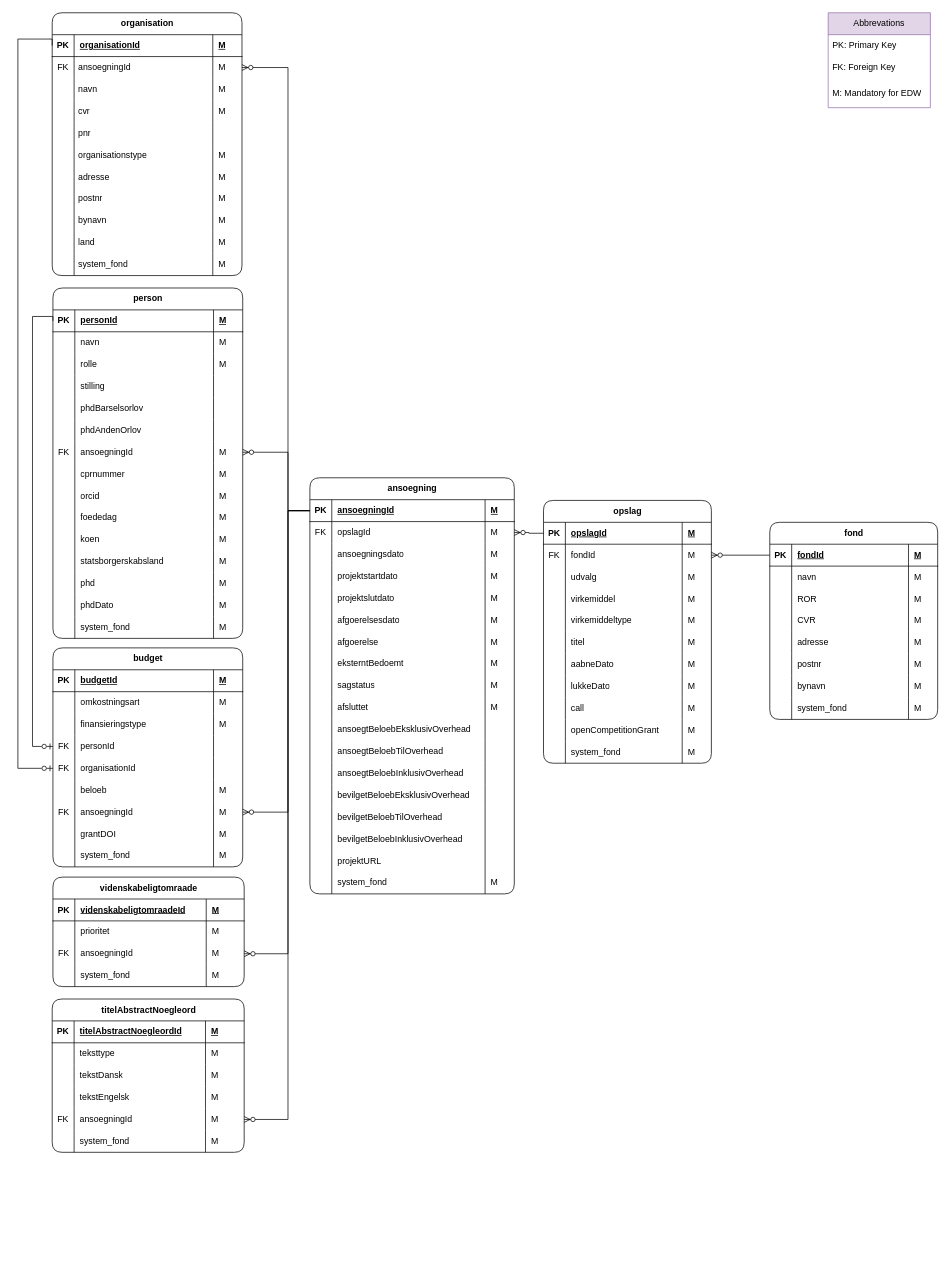
This is page "Ny EDW" (4 of 5) of Grants model.drawio from thomas-lange-dk/Grants, a draw.io file, before an edit. Source tidied: cells renumbered, new cells numbered last; positions are measured from the earlier drawing's top-left corner, leaving out a move shared by most shapes. Both pictures are drawn from the tidied source at 73%, with x=0, y=0 at pixel (18, 12).
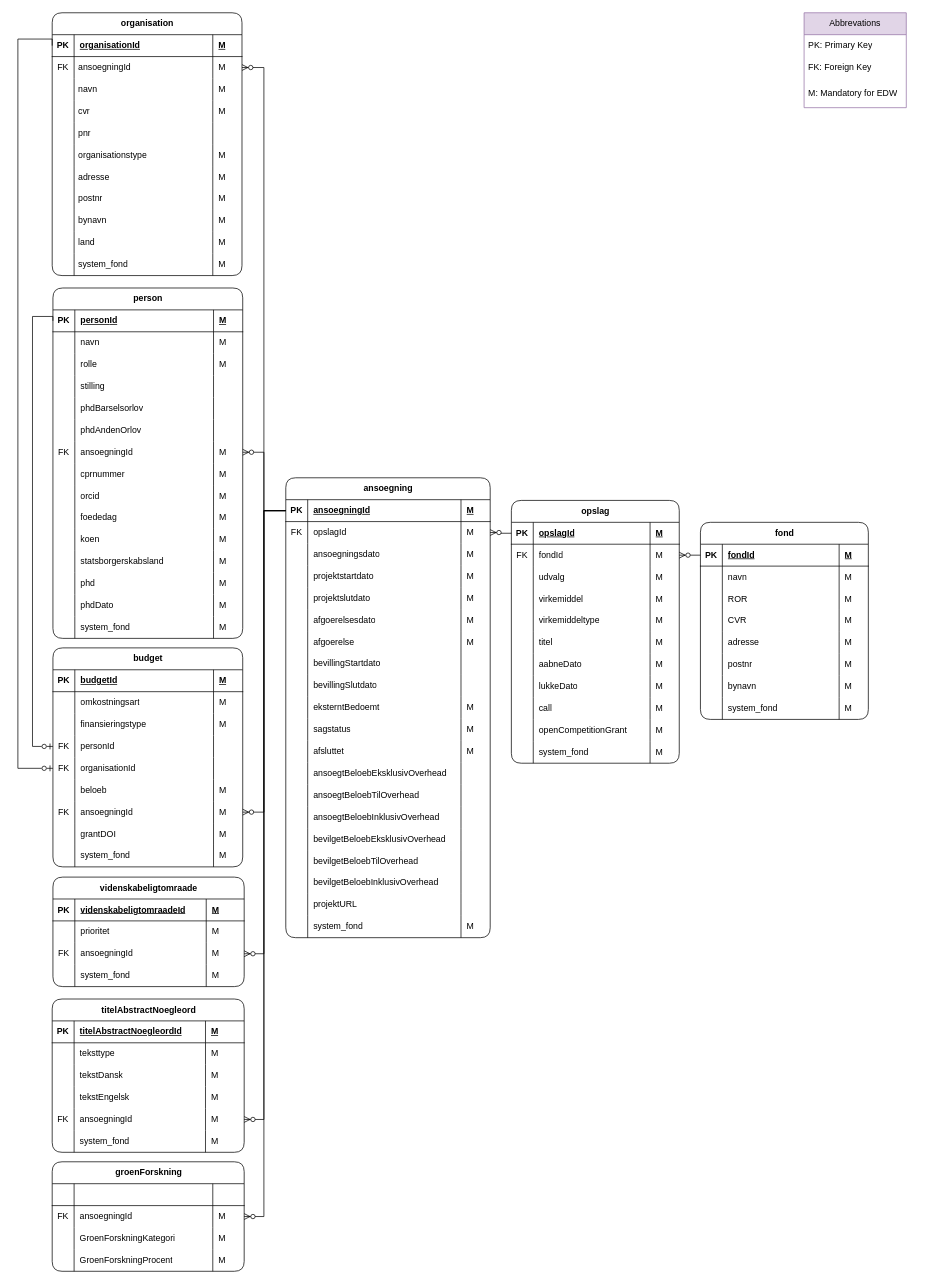
The same page after the edit.

Unchanged cells that the change refers to:
```xml
<mxCell id="10" value="M" style="shape=partialRectangle;fillColor=none;top=0;left=0;bottom=0;right=0;align=left;spacingLeft=6;overflow=hidden;whiteSpace=wrap;html=1;shadow=0;spacingBottom=0;spacingTop=0;" parent="7" vertex="1">
  <mxGeometry x="220" width="40" height="30" as="geometry" />
</mxCell>
<mxCell id="67" value="M" style="shape=partialRectangle;fillColor=none;top=0;left=0;bottom=0;right=0;align=left;spacingLeft=6;overflow=hidden;whiteSpace=wrap;html=1;shadow=0;" parent="64" vertex="1">
  <mxGeometry x="210" width="53" height="30" as="geometry" />
</mxCell>
<mxCell id="84" value="M" style="shape=partialRectangle;fillColor=none;top=0;left=0;bottom=0;right=0;align=left;spacingLeft=6;overflow=hidden;whiteSpace=wrap;html=1;shadow=0;" parent="81" vertex="1">
  <mxGeometry x="210" width="52" height="30" as="geometry" />
</mxCell>
<mxCell id="140" style="shape=tableRow;horizontal=0;startSize=0;swimlaneHead=0;swimlaneBody=0;fillColor=none;points=[[0,0.5],[1,0.5]];portConstraint=eastwest;top=0;left=0;right=0;bottom=1;shadow=0;" parent="139" vertex="1">
  <mxGeometry y="30" width="280" height="30" as="geometry" />
</mxCell>
<mxCell id="141" value="PK" style="shape=partialRectangle;fillColor=none;top=0;left=0;bottom=0;right=0;fontStyle=1;overflow=hidden;whiteSpace=wrap;html=1;shadow=0;" parent="140" vertex="1">
  <mxGeometry width="30" height="30" as="geometry" />
</mxCell>
<mxCell id="240" value="M" style="shape=partialRectangle;fillColor=none;top=0;left=0;bottom=0;right=0;align=left;spacingLeft=6;overflow=hidden;whiteSpace=wrap;html=1;shadow=0;" parent="237" vertex="1">
  <mxGeometry x="220" width="40" height="30" as="geometry" />
</mxCell>
<mxCell id="301" value="M" style="shape=partialRectangle;fillColor=none;top=0;left=0;bottom=0;right=0;align=left;spacingLeft=6;overflow=hidden;whiteSpace=wrap;html=1;shadow=0;" parent="298" vertex="1">
  <mxGeometry x="220" width="40" height="30" as="geometry" />
</mxCell>
```

Change to the diagram source:
```diff
@@
     <mxCell id="89" value="opslag" style="shape=table;startSize=30;childLayout=tableLayout;rowLines=0;fontStyle=1;align=center;html=1;shadow=0;rounded=1;" parent="1" vertex="1">
-      <mxGeometry x="720" y="668" width="230" height="360" as="geometry" />
+      <mxGeometry x="676" y="668" width="230" height="360" as="geometry" />
     </mxCell>
@@
     <mxCell id="134" style="edgeStyle=orthogonalEdgeStyle;fontSize=12;html=1;endArrow=ERzeroToMany;endFill=1;rounded=0;shadow=0;entryX=1;entryY=0.5;entryDx=0;entryDy=0;" parent="1" edge="1" source="140" target="84">
       <mxGeometry relative="1" as="geometry">
         <Array as="points">
-          <mxPoint x="370" y="682" />
-          <mxPoint x="370" y="1289" />
+          <mxPoint x="337" y="682" />
+          <mxPoint x="337" y="1289" />
         </Array>
       </mxGeometry>
     </mxCell>
     <mxCell id="135" value="Abbrevations" style="swimlane;fontStyle=0;horizontal=1;startSize=30;whiteSpace=wrap;html=1;fillColor=#e1d5e7;strokeColor=#9673a6;" parent="1" vertex="1">
-      <mxGeometry x="1110" width="140" height="130" as="geometry" />
+      <mxGeometry x="1077" width="140" height="130" as="geometry" />
     </mxCell>
@@
     <mxCell id="139" value="ansoegning" style="shape=table;startSize=30;childLayout=tableLayout;rowLines=0;fontStyle=1;align=center;html=1;swimlaneLine=1;shadow=0;rounded=1;swimlaneFillColor=none;" parent="1" vertex="1">
-      <mxGeometry x="400" y="637" width="280" height="570" as="geometry" />
+      <mxGeometry x="367" y="637" width="280" height="630" as="geometry" />
     </mxCell>
@@
+    <mxCell id="351" style="shape=tableRow;horizontal=0;startSize=0;swimlaneHead=0;swimlaneBody=0;fillColor=none;top=0;left=0;right=0;bottom=0;shadow=0;" parent="139" vertex="1">
+      <mxGeometry y="240" width="280" height="30" as="geometry" />
+    </mxCell>
+    <mxCell id="352" style="shape=partialRectangle;fillColor=none;top=0;left=0;bottom=0;right=0;overflow=hidden;whiteSpace=wrap;html=1;shadow=0;" parent="351" vertex="1">
+      <mxGeometry width="30" height="30" as="geometry" />
+    </mxCell>
+    <mxCell id="353" value="bevillingStartdato" style="shape=partialRectangle;fillColor=none;top=0;left=0;bottom=0;right=0;align=left;spacingLeft=6;overflow=hidden;whiteSpace=wrap;html=1;shadow=0;" parent="351" vertex="1">
+      <mxGeometry x="30" width="210" height="30" as="geometry" />
+    </mxCell>
+    <mxCell id="354" style="shape=partialRectangle;fillColor=none;top=0;left=0;bottom=0;right=0;align=left;spacingLeft=6;overflow=hidden;whiteSpace=wrap;html=1;shadow=0;" parent="351" vertex="1">
+      <mxGeometry x="240" width="40" height="30" as="geometry" />
+    </mxCell>
+    <mxCell id="355" style="shape=tableRow;horizontal=0;startSize=0;swimlaneHead=0;swimlaneBody=0;fillColor=none;top=0;left=0;right=0;bottom=0;shadow=0;" parent="139" vertex="1">
+      <mxGeometry y="270" width="280" height="30" as="geometry" />
+    </mxCell>
+    <mxCell id="356" style="shape=partialRectangle;fillColor=none;top=0;left=0;bottom=0;right=0;overflow=hidden;whiteSpace=wrap;html=1;shadow=0;" parent="355" vertex="1">
+      <mxGeometry width="30" height="30" as="geometry" />
+    </mxCell>
+    <mxCell id="357" value="bevillingSlutdato" style="shape=partialRectangle;fillColor=none;top=0;left=0;bottom=0;right=0;align=left;spacingLeft=6;overflow=hidden;whiteSpace=wrap;html=1;shadow=0;" parent="355" vertex="1">
+      <mxGeometry x="30" width="210" height="30" as="geometry" />
+    </mxCell>
+    <mxCell id="358" style="shape=partialRectangle;fillColor=none;top=0;left=0;bottom=0;right=0;align=left;spacingLeft=6;overflow=hidden;whiteSpace=wrap;html=1;shadow=0;" parent="355" vertex="1">
+      <mxGeometry x="240" width="40" height="30" as="geometry" />
+    </mxCell>
     <mxCell id="168" style="shape=tableRow;horizontal=0;startSize=0;swimlaneHead=0;swimlaneBody=0;fillColor=none;top=0;left=0;right=0;bottom=0;shadow=0;" parent="139" vertex="1">
-      <mxGeometry y="240" width="280" height="30" as="geometry" />
+      <mxGeometry y="300" width="280" height="30" as="geometry" />
     </mxCell>
@@
     <mxCell id="172" style="shape=tableRow;horizontal=0;startSize=0;swimlaneHead=0;swimlaneBody=0;fillColor=none;top=0;left=0;right=0;bottom=0;shadow=0;" parent="139" vertex="1">
-      <mxGeometry y="270" width="280" height="30" as="geometry" />
+      <mxGeometry y="330" width="280" height="30" as="geometry" />
     </mxCell>
@@
     <mxCell id="176" style="shape=tableRow;horizontal=0;startSize=0;swimlaneHead=0;swimlaneBody=0;fillColor=none;top=0;left=0;right=0;bottom=0;shadow=0;" parent="139" vertex="1">
-      <mxGeometry y="300" width="280" height="30" as="geometry" />
+      <mxGeometry y="360" width="280" height="30" as="geometry" />
     </mxCell>
@@
     <mxCell id="180" style="shape=tableRow;horizontal=0;startSize=0;swimlaneHead=0;swimlaneBody=0;fillColor=none;top=0;left=0;right=0;bottom=0;shadow=0;" parent="139" vertex="1">
-      <mxGeometry y="330" width="280" height="30" as="geometry" />
+      <mxGeometry y="390" width="280" height="30" as="geometry" />
     </mxCell>
@@
     <mxCell id="184" style="shape=tableRow;horizontal=0;startSize=0;swimlaneHead=0;swimlaneBody=0;fillColor=none;top=0;left=0;right=0;bottom=0;shadow=0;" parent="139" vertex="1">
-      <mxGeometry y="360" width="280" height="30" as="geometry" />
+      <mxGeometry y="420" width="280" height="30" as="geometry" />
     </mxCell>
@@
     <mxCell id="188" style="shape=tableRow;horizontal=0;startSize=0;swimlaneHead=0;swimlaneBody=0;fillColor=none;top=0;left=0;right=0;bottom=0;shadow=0;" parent="139" vertex="1">
-      <mxGeometry y="390" width="280" height="30" as="geometry" />
+      <mxGeometry y="450" width="280" height="30" as="geometry" />
     </mxCell>
@@
     <mxCell id="192" style="shape=tableRow;horizontal=0;startSize=0;swimlaneHead=0;swimlaneBody=0;fillColor=none;top=0;left=0;right=0;bottom=0;shadow=0;" parent="139" vertex="1">
-      <mxGeometry y="420" width="280" height="30" as="geometry" />
+      <mxGeometry y="480" width="280" height="30" as="geometry" />
     </mxCell>
@@
     <mxCell id="196" style="shape=tableRow;horizontal=0;startSize=0;swimlaneHead=0;swimlaneBody=0;fillColor=none;top=0;left=0;right=0;bottom=0;shadow=0;" parent="139" vertex="1">
-      <mxGeometry y="450" width="280" height="30" as="geometry" />
+      <mxGeometry y="510" width="280" height="30" as="geometry" />
     </mxCell>
@@
     <mxCell id="200" style="shape=tableRow;horizontal=0;startSize=0;swimlaneHead=0;swimlaneBody=0;fillColor=none;top=0;left=0;right=0;bottom=0;shadow=0;" parent="139" vertex="1">
-      <mxGeometry y="480" width="280" height="30" as="geometry" />
+      <mxGeometry y="540" width="280" height="30" as="geometry" />
     </mxCell>
@@
     <mxCell id="204" style="shape=tableRow;horizontal=0;startSize=0;swimlaneHead=0;swimlaneBody=0;fillColor=none;top=0;left=0;right=0;bottom=0;shadow=0;" parent="139" vertex="1">
-      <mxGeometry y="510" width="280" height="30" as="geometry" />
+      <mxGeometry y="570" width="280" height="30" as="geometry" />
     </mxCell>
@@
     <mxCell id="208" style="shape=tableRow;horizontal=0;startSize=0;swimlaneHead=0;swimlaneBody=0;fillColor=none;top=0;left=0;right=0;bottom=0;shadow=0;" parent="139" vertex="1">
-      <mxGeometry y="540" width="280" height="30" as="geometry" />
+      <mxGeometry y="600" width="280" height="30" as="geometry" />
     </mxCell>
@@
     <mxCell id="310" value="fond" style="shape=table;startSize=30;childLayout=tableLayout;rowLines=0;fontStyle=1;align=center;html=1;shadow=0;rounded=1;" parent="1" vertex="1">
-      <mxGeometry x="1030" y="698" width="230" height="270" as="geometry" />
+      <mxGeometry x="935" y="698" width="230" height="270" as="geometry" />
     </mxCell>
@@
     <mxCell id="345" style="edgeStyle=orthogonalEdgeStyle;fontSize=12;html=1;endArrow=ERzeroToMany;endFill=1;rounded=0;shadow=0;exitX=0;exitY=0.5;exitDx=0;exitDy=0;entryX=1;entryY=0.5;entryDx=0;entryDy=0;" parent="1" edge="1" source="141" target="67">
       <mxGeometry relative="1" as="geometry">
         <Array as="points">
-          <mxPoint x="370" y="682" />
-          <mxPoint x="370" y="1516" />
+          <mxPoint x="337" y="682" />
+          <mxPoint x="337" y="1516" />
         </Array>
       </mxGeometry>
     </mxCell>
     <mxCell id="346" style="fontSize=12;html=1;endArrow=ERzeroToMany;endFill=1;rounded=0;shadow=0;edgeStyle=orthogonalEdgeStyle;entryX=1;entryY=0.5;entryDx=0;entryDy=0;exitX=0;exitY=0.5;exitDx=0;exitDy=0;" parent="1" edge="1" source="141" target="240">
       <mxGeometry relative="1" as="geometry">
         <Array as="points">
-          <mxPoint x="370" y="682" />
-          <mxPoint x="370" y="602" />
+          <mxPoint x="337" y="682" />
+          <mxPoint x="337" y="602" />
         </Array>
       </mxGeometry>
     </mxCell>
     <mxCell id="347" style="fontSize=12;html=1;endArrow=ERzeroToMany;endFill=1;rounded=0;shadow=0;edgeStyle=orthogonalEdgeStyle;exitX=0;exitY=0.5;exitDx=0;exitDy=0;entryX=1;entryY=0.5;entryDx=0;entryDy=0;" parent="1" edge="1" source="141" target="10">
       <mxGeometry relative="1" as="geometry">
         <Array as="points">
-          <mxPoint x="370" y="682" />
-          <mxPoint x="370" y="75" />
+          <mxPoint x="337" y="682" />
+          <mxPoint x="337" y="75" />
         </Array>
       </mxGeometry>
     </mxCell>
@@
     <mxCell id="349" style="edgeStyle=orthogonalEdgeStyle;fontSize=12;html=1;endArrow=ERzeroToMany;endFill=1;rounded=0;shadow=0;entryX=1;entryY=0.5;entryDx=0;entryDy=0;exitX=0;exitY=0.5;exitDx=0;exitDy=0;" parent="1" edge="1" source="141" target="301">
       <mxGeometry relative="1" as="geometry">
         <Array as="points">
-          <mxPoint x="370" y="682" />
-          <mxPoint x="370" y="1095" />
+          <mxPoint x="337" y="682" />
+          <mxPoint x="337" y="1095" />
         </Array>
       </mxGeometry>
     </mxCell>
@@
+    <mxCell id="359" value="groenForskning" style="shape=table;startSize=30;childLayout=tableLayout;rowLines=0;fontStyle=1;align=center;html=1;shadow=0;rounded=1;" parent="1" vertex="1">
+      <mxGeometry x="47" y="1574" width="263" height="150" as="geometry" />
+    </mxCell>
+    <mxCell id="360" style="shape=tableRow;horizontal=0;startSize=0;swimlaneHead=0;swimlaneBody=0;fillColor=none;top=0;left=0;right=0;bottom=1;shadow=0;" parent="359" vertex="1">
+      <mxGeometry y="30" width="263" height="30" as="geometry" />
+    </mxCell>
+    <mxCell id="361" style="shape=partialRectangle;fillColor=none;top=0;left=0;bottom=0;right=0;fontStyle=1;overflow=hidden;whiteSpace=wrap;html=1;shadow=0;" parent="360" vertex="1">
+      <mxGeometry width="30" height="30" as="geometry" />
+    </mxCell>
+    <mxCell id="362" style="shape=partialRectangle;fillColor=none;top=0;left=0;bottom=0;right=0;align=left;spacingLeft=6;fontStyle=5;overflow=hidden;whiteSpace=wrap;html=1;shadow=0;" parent="360" vertex="1">
+      <mxGeometry x="30" width="190" height="30" as="geometry" />
+    </mxCell>
+    <mxCell id="363" style="shape=partialRectangle;fillColor=none;top=0;left=0;bottom=0;right=0;align=left;spacingLeft=6;fontStyle=5;overflow=hidden;whiteSpace=wrap;html=1;shadow=0;" parent="360" vertex="1">
+      <mxGeometry x="220" width="43" height="30" as="geometry" />
+    </mxCell>
+    <mxCell id="364" style="shape=tableRow;horizontal=0;startSize=0;swimlaneHead=0;swimlaneBody=0;fillColor=none;points=[[0,0.5],[1,0.5]];portConstraint=eastwest;top=0;left=0;right=0;bottom=0;shadow=0;" parent="359" vertex="1">
+      <mxGeometry y="60" width="263" height="30" as="geometry" />
+    </mxCell>
+    <mxCell id="365" value="FK" style="shape=partialRectangle;fillColor=none;top=0;left=0;bottom=0;right=0;overflow=hidden;whiteSpace=wrap;html=1;shadow=0;" parent="364" vertex="1">
+      <mxGeometry width="30" height="30" as="geometry" />
+    </mxCell>
+    <mxCell id="366" value="ansoegningId" style="shape=partialRectangle;fillColor=none;top=0;left=0;bottom=0;right=0;align=left;spacingLeft=6;overflow=hidden;whiteSpace=wrap;html=1;shadow=0;" parent="364" vertex="1">
+      <mxGeometry x="30" width="190" height="30" as="geometry" />
+    </mxCell>
+    <mxCell id="367" value="M" style="shape=partialRectangle;fillColor=none;top=0;left=0;bottom=0;right=0;align=left;spacingLeft=6;overflow=hidden;whiteSpace=wrap;html=1;shadow=0;" parent="364" vertex="1">
+      <mxGeometry x="220" width="43" height="30" as="geometry" />
+    </mxCell>
+    <mxCell id="368" style="shape=tableRow;horizontal=0;startSize=0;swimlaneHead=0;swimlaneBody=0;fillColor=none;top=0;left=0;right=0;bottom=0;shadow=0;" parent="359" vertex="1">
+      <mxGeometry y="90" width="263" height="30" as="geometry" />
+    </mxCell>
+    <mxCell id="369" style="shape=partialRectangle;fillColor=none;top=0;left=0;bottom=0;right=0;overflow=hidden;whiteSpace=wrap;html=1;shadow=0;" parent="368" vertex="1">
+      <mxGeometry width="30" height="30" as="geometry" />
+    </mxCell>
+    <mxCell id="370" value="GroenForskningKategori" style="shape=partialRectangle;fillColor=none;top=0;left=0;bottom=0;right=0;align=left;spacingLeft=6;overflow=hidden;whiteSpace=wrap;html=1;shadow=0;" parent="368" vertex="1">
+      <mxGeometry x="30" width="190" height="30" as="geometry" />
+    </mxCell>
+    <mxCell id="371" value="M" style="shape=partialRectangle;fillColor=none;top=0;left=0;bottom=0;right=0;align=left;spacingLeft=6;overflow=hidden;whiteSpace=wrap;html=1;shadow=0;" parent="368" vertex="1">
+      <mxGeometry x="220" width="43" height="30" as="geometry" />
+    </mxCell>
+    <mxCell id="372" style="shape=tableRow;horizontal=0;startSize=0;swimlaneHead=0;swimlaneBody=0;fillColor=none;top=0;left=0;right=0;bottom=0;shadow=0;" parent="359" vertex="1">
+      <mxGeometry y="120" width="263" height="30" as="geometry" />
+    </mxCell>
+    <mxCell id="373" style="shape=partialRectangle;fillColor=none;top=0;left=0;bottom=0;right=0;overflow=hidden;whiteSpace=wrap;html=1;shadow=0;" parent="372" vertex="1">
+      <mxGeometry width="30" height="30" as="geometry" />
+    </mxCell>
+    <mxCell id="374" value="GroenForskningProcent" style="shape=partialRectangle;fillColor=none;top=0;left=0;bottom=0;right=0;align=left;spacingLeft=6;overflow=hidden;whiteSpace=wrap;html=1;shadow=0;" parent="372" vertex="1">
+      <mxGeometry x="30" width="190" height="30" as="geometry" />
+    </mxCell>
+    <mxCell id="375" value="M" style="shape=partialRectangle;fillColor=none;top=0;left=0;bottom=0;right=0;align=left;spacingLeft=6;overflow=hidden;whiteSpace=wrap;html=1;shadow=0;" parent="372" vertex="1">
+      <mxGeometry x="220" width="43" height="30" as="geometry" />
+    </mxCell>
+    <mxCell id="376" style="edgeStyle=orthogonalEdgeStyle;fontSize=12;html=1;endArrow=ERzeroToMany;endFill=1;rounded=0;shadow=0;entryX=1;entryY=0.5;entryDx=0;entryDy=0;exitX=0;exitY=0.5;exitDx=0;exitDy=0;" parent="1" edge="1" source="141" target="364">
+      <mxGeometry relative="1" as="geometry">
+        <Array as="points">
+          <mxPoint x="337" y="682" />
+          <mxPoint x="337" y="1649" />
+        </Array>
+      </mxGeometry>
+    </mxCell>
```
